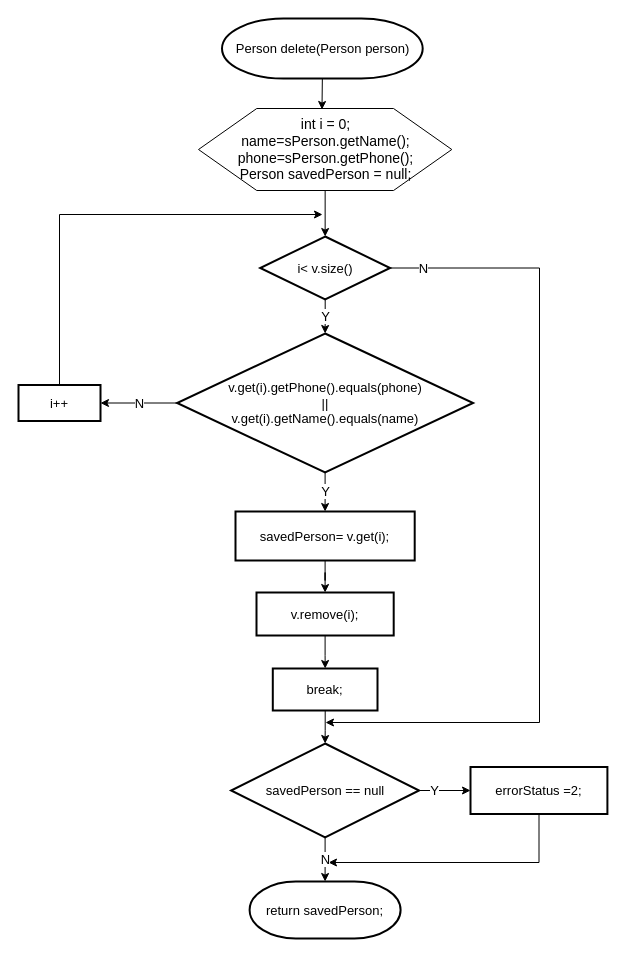
This is 순서도/Delete 기능_java.drawio from skatld123/PH_list_java, a draw.io file, before an edit. Source tidied: cells renumbered, new cells numbered last; positions are measured from the earlier drawing's top-left corner, leaving out a move shared by most shapes. Both pictures are drawn from the tidied source at 100%, with x=0, y=0 at pixel (18, 18).
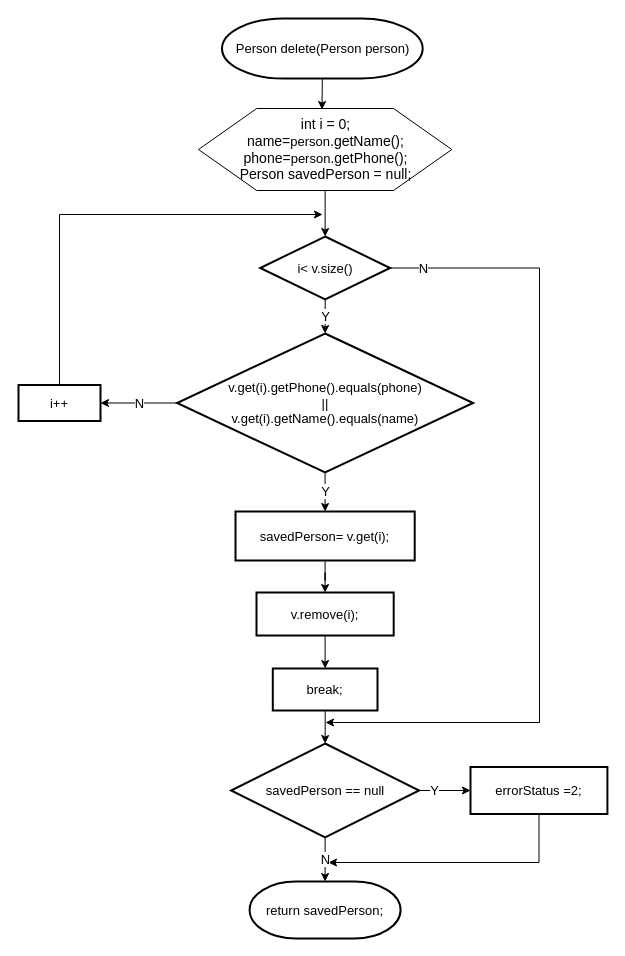
Above is the later version.

Commit message:
Delete 기능_java.drawio 업데이트

Change to the diagram source:
```diff
@@
-    <mxCell id="15" value="&lt;span&gt;int i = 0;&lt;/span&gt;&lt;br&gt;&lt;span&gt;name=&lt;/span&gt;&lt;span style=&quot;text-align: left&quot;&gt;sPerson&lt;/span&gt;&lt;span&gt;.getName();&lt;/span&gt;&lt;br&gt;&lt;span&gt;phone=&lt;/span&gt;&lt;span style=&quot;text-align: left&quot;&gt;sPerson&lt;/span&gt;&lt;span&gt;.getPhone();&lt;/span&gt;&lt;br&gt;&lt;span&gt;Person savedPerson = null;&lt;/span&gt;" style="verticalLabelPosition=middle;verticalAlign=middle;html=1;shape=hexagon;perimeter=hexagonPerimeter2;arcSize=6;size=0.23000000000000115;fontSize=14;labelPosition=center;align=center;" parent="1" vertex="1">
+    <mxCell id="15" value="&lt;span&gt;int i = 0;&lt;/span&gt;&lt;br&gt;&lt;span&gt;name=&lt;/span&gt;&lt;span style=&quot;font-size: 13px ; text-align: left&quot;&gt;person&lt;/span&gt;&lt;span&gt;.getName();&lt;/span&gt;&lt;br&gt;&lt;span&gt;phone=&lt;/span&gt;&lt;span style=&quot;font-size: 13px ; text-align: left&quot;&gt;person&lt;/span&gt;&lt;span&gt;.getPhone();&lt;/span&gt;&lt;br&gt;&lt;span&gt;Person savedPerson = null;&lt;/span&gt;" style="verticalLabelPosition=middle;verticalAlign=middle;html=1;shape=hexagon;perimeter=hexagonPerimeter2;arcSize=6;size=0.23000000000000115;fontSize=14;labelPosition=center;align=center;" parent="1" vertex="1">
       <mxGeometry x="180" y="90" width="253.3" height="82" as="geometry" />
     </mxCell>
```
